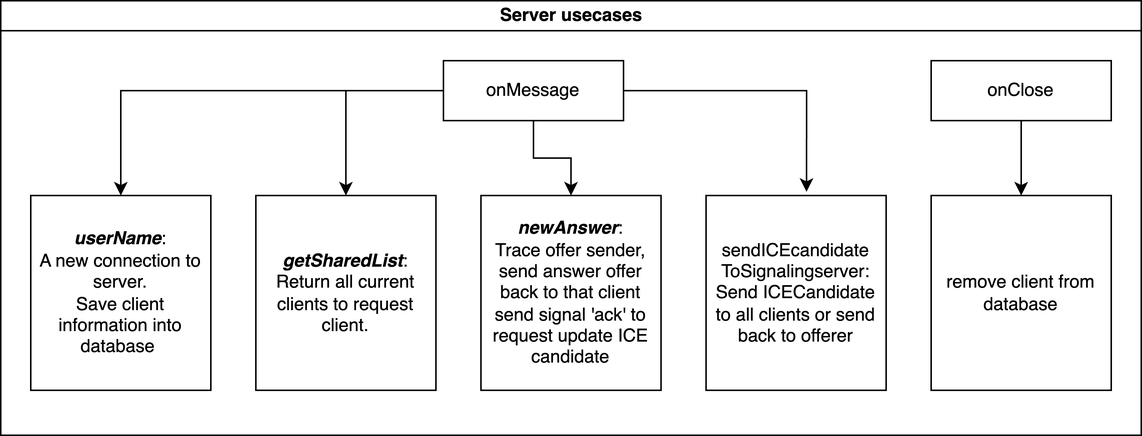
Earlier version of the draw.io export flowchart/serverUseCases.png (ngochungnguyenlg/webRTCDemo). Source tidied: cells renumbered, new cells last; positions are measured from the earlier drawing's top-left corner, leaving out a move shared by most shapes. The source it was exported from:
```xml
<mxGraphModel>
  <root>
    <mxCell id="0" />
    <mxCell id="1" parent="0" />
    <mxCell id="2" value="Server usecases" style="swimlane;html=1;startSize=20;horizontal=1;containerType=tree;glass=0;" parent="1" vertex="1">
      <mxGeometry width="760" height="290" as="geometry" />
    </mxCell>
    <mxCell id="3" style="edgeStyle=orthogonalEdgeStyle;rounded=0;jettySize=auto;html=1;entryX=0.5;entryY=0;entryDx=0;entryDy=0;" parent="2" edge="1" source="6" target="7">
      <mxGeometry relative="1" as="geometry" />
    </mxCell>
    <mxCell id="4" style="edgeStyle=orthogonalEdgeStyle;rounded=0;jettySize=auto;html=1;entryX=0.5;entryY=0;entryDx=0;entryDy=0;" parent="2" edge="1" source="6" target="8">
      <mxGeometry relative="1" as="geometry" />
    </mxCell>
    <mxCell id="5" style="edgeStyle=orthogonalEdgeStyle;rounded=0;jettySize=auto;html=1;entryX=0.5;entryY=0;entryDx=0;entryDy=0;" parent="2" edge="1" source="6" target="9">
      <mxGeometry relative="1" as="geometry" />
    </mxCell>
    <mxCell id="6" value="onMessage" style="rounded=0;whiteSpace=wrap;html=1;" parent="2" vertex="1">
      <mxGeometry x="295" y="40" width="120" height="40" as="geometry" />
    </mxCell>
    <mxCell id="7" value="&lt;i&gt;&lt;b&gt;userName&lt;/b&gt;&lt;/i&gt;:&lt;br&gt;A new connection to server.&lt;br&gt;Save client information into database&amp;nbsp;" style="rounded=0;whiteSpace=wrap;html=1;" parent="2" vertex="1">
      <mxGeometry x="20" y="130" width="120" height="130" as="geometry" />
    </mxCell>
    <mxCell id="8" value="&lt;i&gt;&lt;b&gt;getSharedList&lt;/b&gt;&lt;/i&gt;:&lt;br&gt;Return all current clients to request client." style="rounded=0;whiteSpace=wrap;html=1;" parent="2" vertex="1">
      <mxGeometry x="170" y="130" width="120" height="130" as="geometry" />
    </mxCell>
    <mxCell id="9" value="&lt;i&gt;&lt;b&gt;newAnswer&lt;/b&gt;&lt;/i&gt;:&lt;br&gt;Trace offer sender, send answer offer back to that client&lt;br&gt;send signal 'ack' to request update ICE candidate" style="rounded=0;whiteSpace=wrap;html=1;" parent="2" vertex="1">
      <mxGeometry x="320" y="130" width="120" height="130" as="geometry" />
    </mxCell>
    <mxCell id="10" value="sendICEcandidate&lt;div&gt;ToSignalingserver:&lt;br&gt;Send ICECandidate to all clients or send back to offerer&lt;/div&gt;" style="rounded=0;whiteSpace=wrap;html=1;" parent="2" vertex="1">
      <mxGeometry x="470" y="130" width="120" height="130" as="geometry" />
    </mxCell>
    <mxCell id="11" value="remove client from database" style="rounded=0;whiteSpace=wrap;html=1;" parent="2" vertex="1">
      <mxGeometry x="620" y="130" width="120" height="130" as="geometry" />
    </mxCell>
    <mxCell id="12" style="edgeStyle=orthogonalEdgeStyle;rounded=0;jettySize=auto;html=1;entryX=0.5;entryY=0;entryDx=0;entryDy=0;" parent="2" edge="1" source="13" target="11">
      <mxGeometry relative="1" as="geometry" />
    </mxCell>
    <mxCell id="13" value="onClose" style="rounded=0;whiteSpace=wrap;html=1;" parent="2" vertex="1">
      <mxGeometry x="620" y="40" width="120" height="40" as="geometry" />
    </mxCell>
    <mxCell id="14" style="edgeStyle=orthogonalEdgeStyle;rounded=0;jettySize=auto;html=1;entryX=0.558;entryY=-0.019;entryDx=0;entryDy=0;entryPerimeter=0;" parent="2" edge="1" source="6" target="10">
      <mxGeometry relative="1" as="geometry" />
    </mxCell>
  </root>
</mxGraphModel>
```
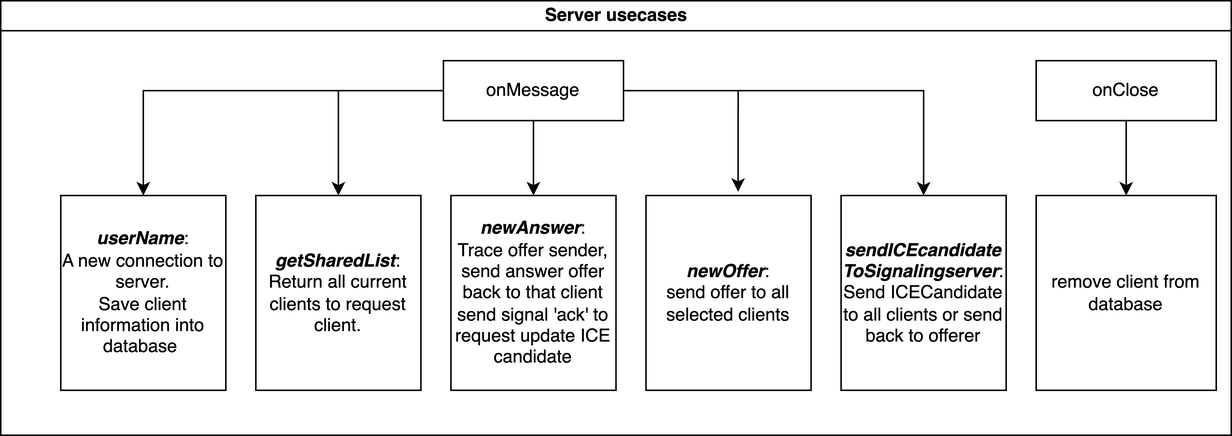
After the change.

Diff of the diagram source:
```diff
@@ -3,7 +3,7 @@
     <mxCell id="0" />
     <mxCell id="1" parent="0" />
     <mxCell id="2" value="Server usecases" style="swimlane;html=1;startSize=20;horizontal=1;containerType=tree;glass=0;" parent="1" vertex="1">
-      <mxGeometry width="760" height="290" as="geometry" />
+      <mxGeometry width="820" height="290" as="geometry" />
     </mxCell>
     <mxCell id="3" style="edgeStyle=orthogonalEdgeStyle;rounded=0;jettySize=auto;html=1;entryX=0.5;entryY=0;entryDx=0;entryDy=0;" parent="2" edge="1" source="6" target="7">
       <mxGeometry relative="1" as="geometry" />
@@ -14,32 +14,38 @@
     <mxCell id="5" style="edgeStyle=orthogonalEdgeStyle;rounded=0;jettySize=auto;html=1;entryX=0.5;entryY=0;entryDx=0;entryDy=0;" parent="2" edge="1" source="6" target="9">
       <mxGeometry relative="1" as="geometry" />
     </mxCell>
+    <mxCell id="15" style="edgeStyle=orthogonalEdgeStyle;rounded=0;jettySize=auto;html=1;entryX=0.5;entryY=0;entryDx=0;entryDy=0;" parent="2" edge="1" source="6" target="16">
+      <mxGeometry relative="1" as="geometry" />
+    </mxCell>
     <mxCell id="6" value="onMessage" style="rounded=0;whiteSpace=wrap;html=1;" parent="2" vertex="1">
       <mxGeometry x="295" y="40" width="120" height="40" as="geometry" />
     </mxCell>
     <mxCell id="7" value="&lt;i&gt;&lt;b&gt;userName&lt;/b&gt;&lt;/i&gt;:&lt;br&gt;A new connection to server.&lt;br&gt;Save client information into database&amp;nbsp;" style="rounded=0;whiteSpace=wrap;html=1;" parent="2" vertex="1">
-      <mxGeometry x="20" y="130" width="120" height="130" as="geometry" />
+      <mxGeometry x="40" y="130" width="110" height="130" as="geometry" />
     </mxCell>
     <mxCell id="8" value="&lt;i&gt;&lt;b&gt;getSharedList&lt;/b&gt;&lt;/i&gt;:&lt;br&gt;Return all current clients to request client." style="rounded=0;whiteSpace=wrap;html=1;" parent="2" vertex="1">
-      <mxGeometry x="170" y="130" width="120" height="130" as="geometry" />
+      <mxGeometry x="170" y="130" width="110" height="130" as="geometry" />
     </mxCell>
     <mxCell id="9" value="&lt;i&gt;&lt;b&gt;newAnswer&lt;/b&gt;&lt;/i&gt;:&lt;br&gt;Trace offer sender, send answer offer back to that client&lt;br&gt;send signal 'ack' to request update ICE candidate" style="rounded=0;whiteSpace=wrap;html=1;" parent="2" vertex="1">
-      <mxGeometry x="320" y="130" width="120" height="130" as="geometry" />
+      <mxGeometry x="300" y="130" width="110" height="130" as="geometry" />
     </mxCell>
-    <mxCell id="10" value="sendICEcandidate&lt;div&gt;ToSignalingserver:&lt;br&gt;Send ICECandidate to all clients or send back to offerer&lt;/div&gt;" style="rounded=0;whiteSpace=wrap;html=1;" parent="2" vertex="1">
-      <mxGeometry x="470" y="130" width="120" height="130" as="geometry" />
+    <mxCell id="10" value="&lt;b&gt;&lt;i&gt;newOffer&lt;/i&gt;&lt;/b&gt;:&lt;br&gt;send offer to all selected clients" style="rounded=0;whiteSpace=wrap;html=1;" parent="2" vertex="1">
+      <mxGeometry x="430" y="130" width="110" height="130" as="geometry" />
     </mxCell>
     <mxCell id="11" value="remove client from database" style="rounded=0;whiteSpace=wrap;html=1;" parent="2" vertex="1">
-      <mxGeometry x="620" y="130" width="120" height="130" as="geometry" />
+      <mxGeometry x="690" y="130" width="120" height="130" as="geometry" />
     </mxCell>
     <mxCell id="12" style="edgeStyle=orthogonalEdgeStyle;rounded=0;jettySize=auto;html=1;entryX=0.5;entryY=0;entryDx=0;entryDy=0;" parent="2" edge="1" source="13" target="11">
       <mxGeometry relative="1" as="geometry" />
     </mxCell>
     <mxCell id="13" value="onClose" style="rounded=0;whiteSpace=wrap;html=1;" parent="2" vertex="1">
-      <mxGeometry x="620" y="40" width="120" height="40" as="geometry" />
+      <mxGeometry x="690" y="40" width="120" height="40" as="geometry" />
     </mxCell>
     <mxCell id="14" style="edgeStyle=orthogonalEdgeStyle;rounded=0;jettySize=auto;html=1;entryX=0.558;entryY=-0.019;entryDx=0;entryDy=0;entryPerimeter=0;" parent="2" edge="1" source="6" target="10">
       <mxGeometry relative="1" as="geometry" />
     </mxCell>
+    <mxCell id="16" value="&lt;i&gt;&lt;b&gt;sendICEcandidate&lt;/b&gt;&lt;/i&gt;&lt;div&gt;&lt;i&gt;&lt;b&gt;ToSignalingserver&lt;/b&gt;&lt;/i&gt;:&lt;br&gt;Send ICECandidate to all clients or send back to offerer&lt;/div&gt;" style="rounded=0;whiteSpace=wrap;html=1;" parent="2" vertex="1">
+      <mxGeometry x="560" y="130" width="110" height="130" as="geometry" />
+    </mxCell>
   </root>
 </mxGraphModel>
```
